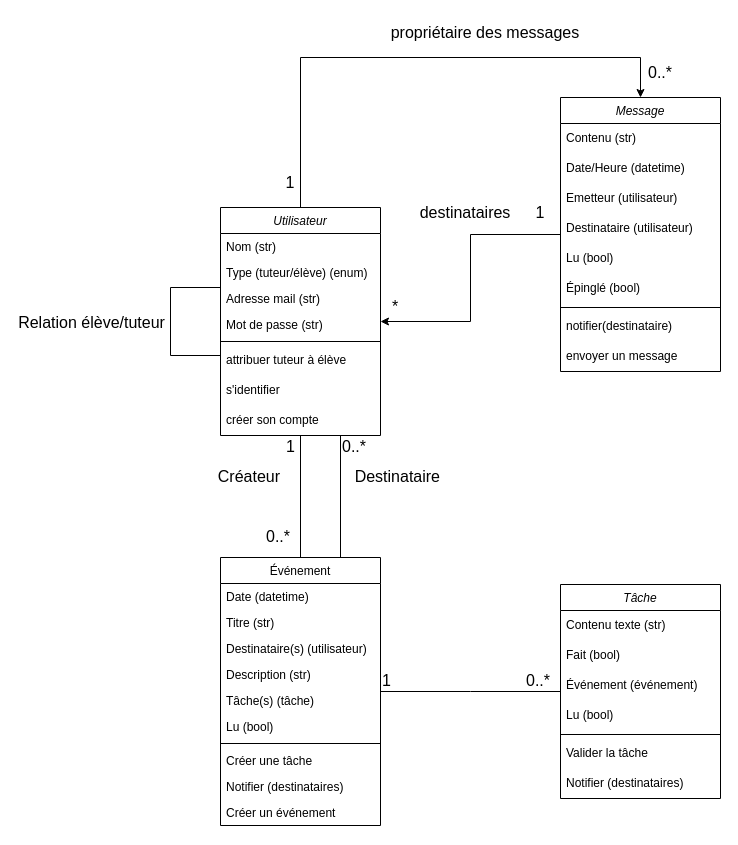
The draw.io diagram OC3-UML-Homeskolar-class-diag.drawio in AlyxEugenot/OC-Courses, before the edit. Source tidied: cells renumbered, new cells numbered last; positions are measured from the earlier drawing's top-left corner, leaving out a move shared by most shapes. Both pictures are drawn from the tidied source at 100%, with x=0, y=0 at pixel (170, 17).
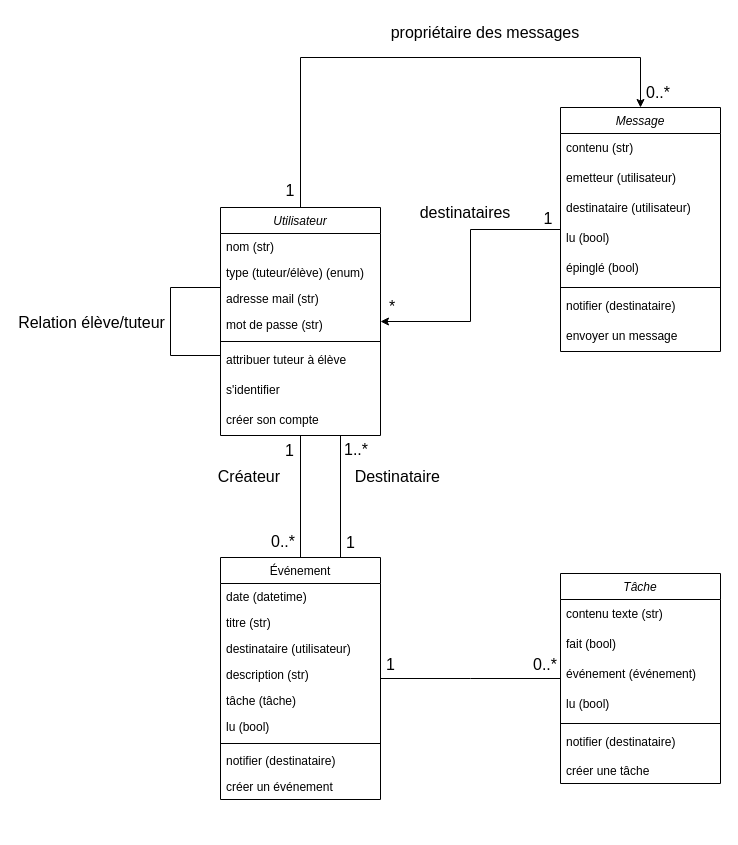
The same diagram, later.

Commit message:
Mettre à jour OC3-UML-Homeskolar-class-diag.drawio

Unchanged cells that the change refers to:
```xml
<mxCell id="2" value="Utilisateur" style="swimlane;fontStyle=2;align=center;verticalAlign=top;horizontal=1;startSize=26;rounded=0;shadow=0;strokeWidth=1;" parent="1" vertex="1">
  <mxGeometry x="50" y="190" width="160" height="228" as="geometry" />
</mxCell>
<mxCell id="41" style="endArrow=none;html=1;rounded=0;edgeStyle=elbowEdgeStyle;endFill=0;" parent="1" edge="1" source="11" target="33">
  <mxGeometry relative="1" as="geometry" />
</mxCell>
<mxCell id="46" style="endArrow=none;html=1;rounded=0;endFill=0;edgeStyle=orthogonalEdgeStyle;" parent="1" edge="1" source="2" target="11">
  <mxGeometry relative="1" as="geometry" />
</mxCell>
<mxCell id="51" style="endArrow=none;html=1;rounded=0;endFill=0;entryX=0.75;entryY=0;entryDx=0;entryDy=0;exitX=0.75;exitY=1;exitDx=0;exitDy=0;edgeStyle=orthogonalEdgeStyle;" parent="1" edge="1" source="2" target="11">
  <mxGeometry relative="1" as="geometry" />
</mxCell>
```

Change to the diagram source:
```diff
@@
-    <mxCell id="3" value="Nom (str)" style="text;align=left;verticalAlign=top;spacingLeft=4;spacingRight=4;overflow=hidden;" parent="2" vertex="1">
+    <mxCell id="3" value="nom (str)" style="text;align=left;verticalAlign=top;spacingLeft=4;spacingRight=4;overflow=hidden;" parent="2" vertex="1">
       <mxGeometry y="26" width="160" height="26" as="geometry" />
     </mxCell>
-    <mxCell id="4" value="Type (tuteur/élève) (enum)" style="text;align=left;verticalAlign=top;spacingLeft=4;spacingRight=4;overflow=hidden;rounded=0;shadow=0;html=0;" parent="2" vertex="1">
+    <mxCell id="4" value="type (tuteur/élève) (enum)" style="text;align=left;verticalAlign=top;spacingLeft=4;spacingRight=4;overflow=hidden;rounded=0;shadow=0;html=0;" parent="2" vertex="1">
       <mxGeometry y="52" width="160" height="26" as="geometry" />
     </mxCell>
-    <mxCell id="5" value="Adresse mail (str)" style="text;align=left;verticalAlign=top;spacingLeft=4;spacingRight=4;overflow=hidden;rounded=0;shadow=0;html=0;" parent="2" vertex="1">
+    <mxCell id="5" value="adresse mail (str)" style="text;align=left;verticalAlign=top;spacingLeft=4;spacingRight=4;overflow=hidden;rounded=0;shadow=0;html=0;" parent="2" vertex="1">
       <mxGeometry y="78" width="160" height="26" as="geometry" />
     </mxCell>
-    <mxCell id="6" value="Mot de passe (str)" style="text;align=left;verticalAlign=top;spacingLeft=4;spacingRight=4;overflow=hidden;rounded=0;shadow=0;html=0;" parent="2" vertex="1">
+    <mxCell id="6" value="mot de passe (str)" style="text;align=left;verticalAlign=top;spacingLeft=4;spacingRight=4;overflow=hidden;rounded=0;shadow=0;html=0;" parent="2" vertex="1">
       <mxGeometry y="104" width="160" height="26" as="geometry" />
     </mxCell>
@@
     <mxCell id="11" value="Événement" style="swimlane;fontStyle=0;align=center;verticalAlign=top;horizontal=1;startSize=26;rounded=0;shadow=0;strokeWidth=1;" parent="1" vertex="1">
-      <mxGeometry x="50" y="540" width="160" height="268" as="geometry" />
+      <mxGeometry x="50" y="540" width="160" height="242" as="geometry" />
     </mxCell>
-    <mxCell id="12" value="Date (datetime)" style="text;align=left;verticalAlign=top;spacingLeft=4;spacingRight=4;overflow=hidden;" parent="11" vertex="1">
+    <mxCell id="12" value="date (datetime)" style="text;align=left;verticalAlign=top;spacingLeft=4;spacingRight=4;overflow=hidden;" parent="11" vertex="1">
       <mxGeometry y="26" width="160" height="26" as="geometry" />
     </mxCell>
-    <mxCell id="13" value="Titre (str)" style="text;align=left;verticalAlign=top;spacingLeft=4;spacingRight=4;overflow=hidden;rounded=0;shadow=0;html=0;" parent="11" vertex="1">
+    <mxCell id="13" value="titre (str)" style="text;align=left;verticalAlign=top;spacingLeft=4;spacingRight=4;overflow=hidden;rounded=0;shadow=0;html=0;" parent="11" vertex="1">
       <mxGeometry y="52" width="160" height="26" as="geometry" />
     </mxCell>
-    <mxCell id="14" value="Destinataire(s) (utilisateur)" style="text;align=left;verticalAlign=top;spacingLeft=4;spacingRight=4;overflow=hidden;rounded=0;shadow=0;html=0;" parent="11" vertex="1">
+    <mxCell id="14" value="destinataire (utilisateur)" style="text;align=left;verticalAlign=top;spacingLeft=4;spacingRight=4;overflow=hidden;rounded=0;shadow=0;html=0;" parent="11" vertex="1">
       <mxGeometry y="78" width="160" height="26" as="geometry" />
     </mxCell>
-    <mxCell id="15" value="Description (str)" style="text;align=left;verticalAlign=top;spacingLeft=4;spacingRight=4;overflow=hidden;rounded=0;shadow=0;html=0;" parent="11" vertex="1">
+    <mxCell id="15" value="description (str)" style="text;align=left;verticalAlign=top;spacingLeft=4;spacingRight=4;overflow=hidden;rounded=0;shadow=0;html=0;" parent="11" vertex="1">
       <mxGeometry y="104" width="160" height="26" as="geometry" />
     </mxCell>
-    <mxCell id="16" value="Tâche(s) (tâche)" style="text;align=left;verticalAlign=top;spacingLeft=4;spacingRight=4;overflow=hidden;rounded=0;shadow=0;html=0;" parent="11" vertex="1">
+    <mxCell id="16" value="tâche (tâche)" style="text;align=left;verticalAlign=top;spacingLeft=4;spacingRight=4;overflow=hidden;rounded=0;shadow=0;html=0;" parent="11" vertex="1">
       <mxGeometry y="130" width="160" height="26" as="geometry" />
     </mxCell>
-    <mxCell id="17" value="Lu (bool)" style="text;align=left;verticalAlign=top;spacingLeft=4;spacingRight=4;overflow=hidden;rounded=0;shadow=0;html=0;" parent="11" vertex="1">
+    <mxCell id="17" value="lu (bool)" style="text;align=left;verticalAlign=top;spacingLeft=4;spacingRight=4;overflow=hidden;rounded=0;shadow=0;html=0;" parent="11" vertex="1">
       <mxGeometry y="156" width="160" height="26" as="geometry" />
     </mxCell>
@@
-    <mxCell id="19" value="Créer une tâche" style="text;align=left;verticalAlign=top;spacingLeft=4;spacingRight=4;overflow=hidden;rounded=0;shadow=0;html=0;" parent="11" vertex="1">
-      <mxGeometry y="190" width="160" height="26" as="geometry" />
-    </mxCell>
-    <mxCell id="20" value="Notifier (destinataires)" style="text;align=left;verticalAlign=top;spacingLeft=4;spacingRight=4;overflow=hidden;rounded=0;shadow=0;html=0;" parent="11" vertex="1">
-      <mxGeometry y="216" width="160" height="26" as="geometry" />
+    <mxCell id="20" value="notifier (destinataire)" style="text;align=left;verticalAlign=top;spacingLeft=4;spacingRight=4;overflow=hidden;rounded=0;shadow=0;html=0;" parent="11" vertex="1">
+      <mxGeometry y="190" width="160" height="26" as="geometry" />
     </mxCell>
-    <mxCell id="21" value="Créer un événement" style="text;align=left;verticalAlign=top;spacingLeft=4;spacingRight=4;overflow=hidden;rounded=0;shadow=0;html=0;" parent="11" vertex="1">
-      <mxGeometry y="242" width="160" height="26" as="geometry" />
+    <mxCell id="21" value="créer un événement" style="text;align=left;verticalAlign=top;spacingLeft=4;spacingRight=4;overflow=hidden;rounded=0;shadow=0;html=0;" parent="11" vertex="1">
+      <mxGeometry y="216" width="160" height="26" as="geometry" />
     </mxCell>
@@
     <mxCell id="23" value="Message" style="swimlane;fontStyle=2;align=center;verticalAlign=top;horizontal=1;startSize=26;rounded=0;shadow=0;strokeWidth=1;" parent="1" vertex="1">
-      <mxGeometry x="390" y="80" width="160" height="274" as="geometry" />
+      <mxGeometry x="390" y="90" width="160" height="244" as="geometry" />
     </mxCell>
-    <mxCell id="24" value="&lt;div&gt;Contenu (str)&lt;/div&gt;" style="text;strokeColor=none;fillColor=none;align=left;verticalAlign=middle;spacingLeft=4;spacingRight=4;overflow=hidden;whiteSpace=wrap;html=1;" parent="23" vertex="1">
+    <mxCell id="24" value="&lt;div&gt;contenu (str)&lt;/div&gt;" style="text;strokeColor=none;fillColor=none;align=left;verticalAlign=middle;spacingLeft=4;spacingRight=4;overflow=hidden;whiteSpace=wrap;html=1;" parent="23" vertex="1">
       <mxGeometry y="26" width="160" height="30" as="geometry" />
     </mxCell>
-    <mxCell id="25" value="Date/Heure (datetime)" style="text;strokeColor=none;fillColor=none;align=left;verticalAlign=middle;spacingLeft=4;spacingRight=4;overflow=hidden;whiteSpace=wrap;html=1;" parent="23" vertex="1">
-      <mxGeometry y="56" width="160" height="30" as="geometry" />
-    </mxCell>
-    <mxCell id="26" value="Emetteur (utilisateur)" style="text;strokeColor=none;fillColor=none;align=left;verticalAlign=middle;spacingLeft=4;spacingRight=4;overflow=hidden;whiteSpace=wrap;html=1;" parent="23" vertex="1">
-      <mxGeometry y="86" width="160" height="30" as="geometry" />
+    <mxCell id="26" value="emetteur (utilisateur)" style="text;strokeColor=none;fillColor=none;align=left;verticalAlign=middle;spacingLeft=4;spacingRight=4;overflow=hidden;whiteSpace=wrap;html=1;" parent="23" vertex="1">
+      <mxGeometry y="56" width="160" height="30" as="geometry" />
     </mxCell>
-    <mxCell id="27" value="Destinataire (utilisateur)" style="text;strokeColor=none;fillColor=none;align=left;verticalAlign=middle;spacingLeft=4;spacingRight=4;overflow=hidden;whiteSpace=wrap;html=1;" parent="23" vertex="1">
-      <mxGeometry y="116" width="160" height="30" as="geometry" />
+    <mxCell id="27" value="destinataire (utilisateur)" style="text;strokeColor=none;fillColor=none;align=left;verticalAlign=middle;spacingLeft=4;spacingRight=4;overflow=hidden;whiteSpace=wrap;html=1;" parent="23" vertex="1">
+      <mxGeometry y="86" width="160" height="30" as="geometry" />
     </mxCell>
-    <mxCell id="28" value="Lu (bool)" style="text;strokeColor=none;fillColor=none;align=left;verticalAlign=middle;spacingLeft=4;spacingRight=4;overflow=hidden;whiteSpace=wrap;html=1;" parent="23" vertex="1">
-      <mxGeometry y="146" width="160" height="30" as="geometry" />
+    <mxCell id="28" value="lu (bool)" style="text;strokeColor=none;fillColor=none;align=left;verticalAlign=middle;spacingLeft=4;spacingRight=4;overflow=hidden;whiteSpace=wrap;html=1;" parent="23" vertex="1">
+      <mxGeometry y="116" width="160" height="30" as="geometry" />
     </mxCell>
-    <mxCell id="29" value="Épinglé (bool)" style="text;strokeColor=none;fillColor=none;align=left;verticalAlign=middle;spacingLeft=4;spacingRight=4;overflow=hidden;whiteSpace=wrap;html=1;" parent="23" vertex="1">
-      <mxGeometry y="176" width="160" height="30" as="geometry" />
+    <mxCell id="29" value="épinglé (bool)" style="text;strokeColor=none;fillColor=none;align=left;verticalAlign=middle;spacingLeft=4;spacingRight=4;overflow=hidden;whiteSpace=wrap;html=1;" parent="23" vertex="1">
+      <mxGeometry y="146" width="160" height="30" as="geometry" />
     </mxCell>
     <mxCell id="30" style="line;strokeWidth=1;fillColor=none;align=left;verticalAlign=middle;spacingTop=-1;spacingLeft=3;spacingRight=3;labelPosition=right;strokeColor=inherit;" parent="23" vertex="1">
-      <mxGeometry y="206" width="160" height="8" as="geometry" />
+      <mxGeometry y="176" width="160" height="8" as="geometry" />
     </mxCell>
-    <mxCell id="31" value="notifier(destinataire)" style="text;strokeColor=none;fillColor=none;align=left;verticalAlign=middle;spacingLeft=4;spacingRight=4;overflow=hidden;whiteSpace=wrap;html=1;" parent="23" vertex="1">
-      <mxGeometry y="214" width="160" height="30" as="geometry" />
+    <mxCell id="31" value="notifier (destinataire)" style="text;strokeColor=none;fillColor=none;align=left;verticalAlign=middle;spacingLeft=4;spacingRight=4;overflow=hidden;whiteSpace=wrap;html=1;" parent="23" vertex="1">
+      <mxGeometry y="184" width="160" height="30" as="geometry" />
     </mxCell>
     <mxCell id="32" value="envoyer un message" style="text;strokeColor=none;fillColor=none;align=left;verticalAlign=middle;spacingLeft=4;spacingRight=4;overflow=hidden;whiteSpace=wrap;html=1;" parent="23" vertex="1">
-      <mxGeometry y="244" width="160" height="30" as="geometry" />
+      <mxGeometry y="214" width="160" height="30" as="geometry" />
     </mxCell>
     <mxCell id="33" value="Tâche" style="swimlane;fontStyle=2;align=center;verticalAlign=top;horizontal=1;startSize=26;rounded=0;shadow=0;strokeWidth=1;" parent="1" vertex="1">
-      <mxGeometry x="390" y="567" width="160" height="214" as="geometry" />
+      <mxGeometry x="390" y="556" width="160" height="210" as="geometry" />
     </mxCell>
-    <mxCell id="34" value="&lt;div&gt;Contenu texte (str)&lt;/div&gt;" style="text;strokeColor=none;fillColor=none;align=left;verticalAlign=middle;spacingLeft=4;spacingRight=4;overflow=hidden;whiteSpace=wrap;html=1;" parent="33" vertex="1">
+    <mxCell id="34" value="&lt;div&gt;contenu texte (str)&lt;/div&gt;" style="text;strokeColor=none;fillColor=none;align=left;verticalAlign=middle;spacingLeft=4;spacingRight=4;overflow=hidden;whiteSpace=wrap;html=1;" parent="33" vertex="1">
       <mxGeometry y="26" width="160" height="30" as="geometry" />
     </mxCell>
-    <mxCell id="35" value="Fait (bool)" style="text;strokeColor=none;fillColor=none;align=left;verticalAlign=middle;spacingLeft=4;spacingRight=4;overflow=hidden;whiteSpace=wrap;html=1;" parent="33" vertex="1">
+    <mxCell id="35" value="fait (bool)" style="text;strokeColor=none;fillColor=none;align=left;verticalAlign=middle;spacingLeft=4;spacingRight=4;overflow=hidden;whiteSpace=wrap;html=1;" parent="33" vertex="1">
       <mxGeometry y="56" width="160" height="30" as="geometry" />
     </mxCell>
-    <mxCell id="36" value="&lt;div&gt;Événement (événement)&lt;/div&gt;" style="text;strokeColor=none;fillColor=none;align=left;verticalAlign=middle;spacingLeft=4;spacingRight=4;overflow=hidden;whiteSpace=wrap;html=1;" parent="33" vertex="1">
+    <mxCell id="36" value="&lt;div&gt;événement (événement)&lt;/div&gt;" style="text;strokeColor=none;fillColor=none;align=left;verticalAlign=middle;spacingLeft=4;spacingRight=4;overflow=hidden;whiteSpace=wrap;html=1;" parent="33" vertex="1">
       <mxGeometry y="86" width="160" height="30" as="geometry" />
     </mxCell>
-    <mxCell id="37" value="Lu (bool)" style="text;strokeColor=none;fillColor=none;align=left;verticalAlign=middle;spacingLeft=4;spacingRight=4;overflow=hidden;whiteSpace=wrap;html=1;" parent="33" vertex="1">
+    <mxCell id="37" value="lu (bool)" style="text;strokeColor=none;fillColor=none;align=left;verticalAlign=middle;spacingLeft=4;spacingRight=4;overflow=hidden;whiteSpace=wrap;html=1;" parent="33" vertex="1">
       <mxGeometry y="116" width="160" height="30" as="geometry" />
     </mxCell>
@@
-    <mxCell id="39" value="Valider la tâche" style="text;strokeColor=none;fillColor=none;align=left;verticalAlign=middle;spacingLeft=4;spacingRight=4;overflow=hidden;whiteSpace=wrap;html=1;" parent="33" vertex="1">
-      <mxGeometry y="154" width="160" height="30" as="geometry" />
-    </mxCell>
-    <mxCell id="40" value="&lt;div&gt;Notifier (destinataires)&lt;/div&gt;" style="text;strokeColor=none;fillColor=none;align=left;verticalAlign=middle;spacingLeft=4;spacingRight=4;overflow=hidden;whiteSpace=wrap;html=1;" parent="33" vertex="1">
-      <mxGeometry y="184" width="160" height="30" as="geometry" />
+    <mxCell id="40" value="&lt;div&gt;notifier (destinataire)&lt;/div&gt;" style="text;strokeColor=none;fillColor=none;align=left;verticalAlign=middle;spacingLeft=4;spacingRight=4;overflow=hidden;whiteSpace=wrap;html=1;" parent="33" vertex="1">
+      <mxGeometry y="154" width="160" height="30" as="geometry" />
     </mxCell>
+    <mxCell id="19" value="créer une tâche" style="text;align=left;verticalAlign=top;spacingLeft=4;spacingRight=4;overflow=hidden;rounded=0;shadow=0;html=0;" parent="33" vertex="1">
+      <mxGeometry y="184" width="160" height="26" as="geometry" />
+    </mxCell>
@@
     <mxCell id="42" value="1" style="edgeLabel;html=1;align=left;verticalAlign=bottom;fontSize=16;" parent="41" vertex="1">
-      <mxGeometry x="-1" relative="1" as="geometry" />
+      <mxGeometry x="-1" relative="1" as="geometry">
+        <mxPoint x="4" y="-3" as="offset" />
+      </mxGeometry>
     </mxCell>
     <mxCell id="43" value="0..*" style="edgeLabel;html=1;align=right;verticalAlign=bottom;fontSize=16;" parent="41" vertex="1">
       <mxGeometry x="1" relative="1" as="geometry">
-        <mxPoint x="-10" as="offset" />
+        <mxPoint x="-3" y="-3" as="offset" />
       </mxGeometry>
     </mxCell>
@@
     <mxCell id="47" value="1" style="edgeLabel;html=1;align=left;verticalAlign=bottom;fontSize=16;" parent="46" vertex="1">
       <mxGeometry x="-1" relative="1" as="geometry">
-        <mxPoint x="-16" y="22" as="offset" />
+        <mxPoint x="-17" y="26" as="offset" />
       </mxGeometry>
     </mxCell>
     <mxCell id="48" value="&lt;div&gt;0..*&lt;/div&gt;" style="edgeLabel;html=1;align=right;verticalAlign=bottom;fontSize=16;" parent="46" vertex="1">
       <mxGeometry x="1" relative="1" as="geometry">
-        <mxPoint x="-10" y="-10" as="offset" />
+        <mxPoint x="-5" y="-5" as="offset" />
       </mxGeometry>
     </mxCell>
@@
     <mxCell id="50" value="*" style="edgeLabel;html=1;align=left;verticalAlign=bottom;fontSize=16;" parent="1" vertex="1">
-      <mxGeometry x="220" y="300" as="geometry" />
+      <mxGeometry x="217" y="300" as="geometry" />
     </mxCell>
@@
-    <mxCell id="52" value="&lt;div&gt;0..*&lt;/div&gt;" style="edgeLabel;html=1;align=left;verticalAlign=bottom;fontSize=16;" parent="51" vertex="1">
+    <mxCell id="52" value="&lt;div&gt;1..*&lt;/div&gt;" style="edgeLabel;html=1;align=left;verticalAlign=bottom;fontSize=16;" parent="51" vertex="1">
       <mxGeometry x="-1" relative="1" as="geometry">
-        <mxPoint y="22" as="offset" />
+        <mxPoint x="2" y="25" as="offset" />
       </mxGeometry>
     </mxCell>
@@
     <mxCell id="56" value="0..*" style="text;html=1;align=center;verticalAlign=middle;whiteSpace=wrap;rounded=0;fontSize=16;" parent="1" vertex="1">
-      <mxGeometry x="460" y="40" width="60" height="30" as="geometry" />
+      <mxGeometry x="458" y="60" width="60" height="30" as="geometry" />
     </mxCell>
     <mxCell id="57" value="1" style="text;html=1;align=center;verticalAlign=middle;whiteSpace=wrap;rounded=0;fontSize=16;" parent="1" vertex="1">
-      <mxGeometry x="110" y="150" width="20" height="30" as="geometry" />
+      <mxGeometry x="110" y="158" width="20" height="30" as="geometry" />
     </mxCell>
     <mxCell id="58" value="1" style="text;html=1;align=center;verticalAlign=middle;whiteSpace=wrap;rounded=0;fontSize=16;" parent="1" vertex="1">
-      <mxGeometry x="360" y="180" width="20" height="30" as="geometry" />
+      <mxGeometry x="368" y="186" width="20" height="30" as="geometry" />
     </mxCell>
@@
+    <mxCell id="60" value="1" style="edgeLabel;html=1;align=left;verticalAlign=bottom;fontSize=16;" parent="1" vertex="1">
+      <mxGeometry x="174" y="536" as="geometry" />
+    </mxCell>
```
